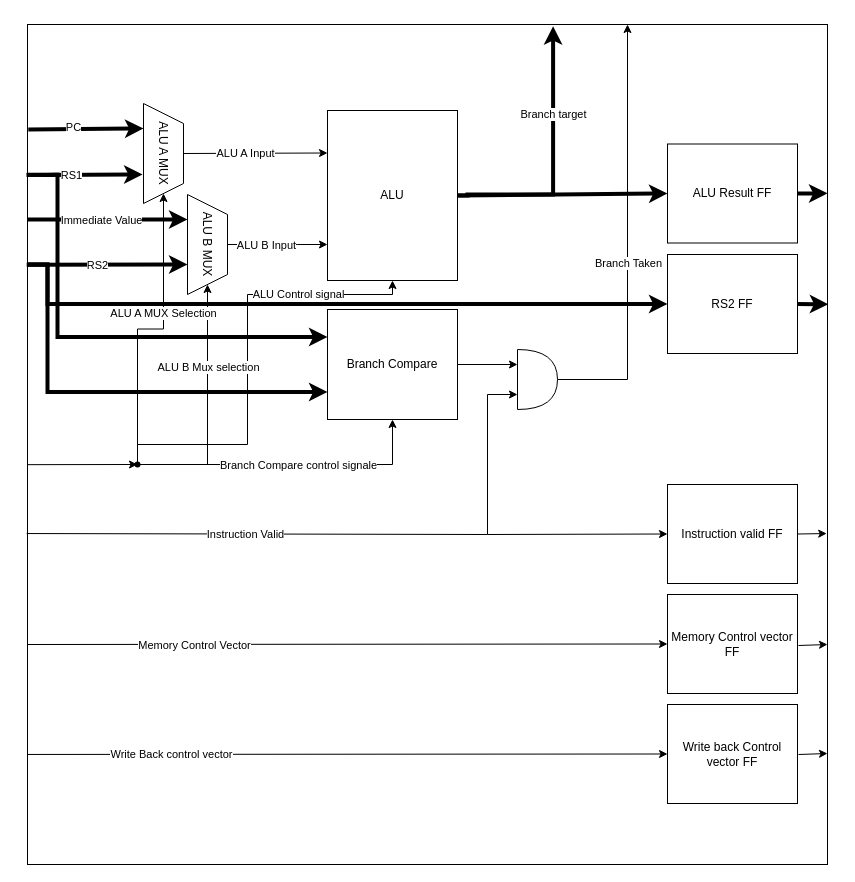
bittnert/icebreaker keeps this draw.io diagram as page "Execute stage" (4 of 6) of cpu/doc/block diagrams/pipeline stages.drawio. Above is the earlier version. Source tidied: cells renumbered, new cells numbered last; positions are measured from the earlier drawing's top-left corner, leaving out a move shared by most shapes. Both pictures are drawn from the tidied source at 100%, with x=0, y=0 at pixel (26, 24).
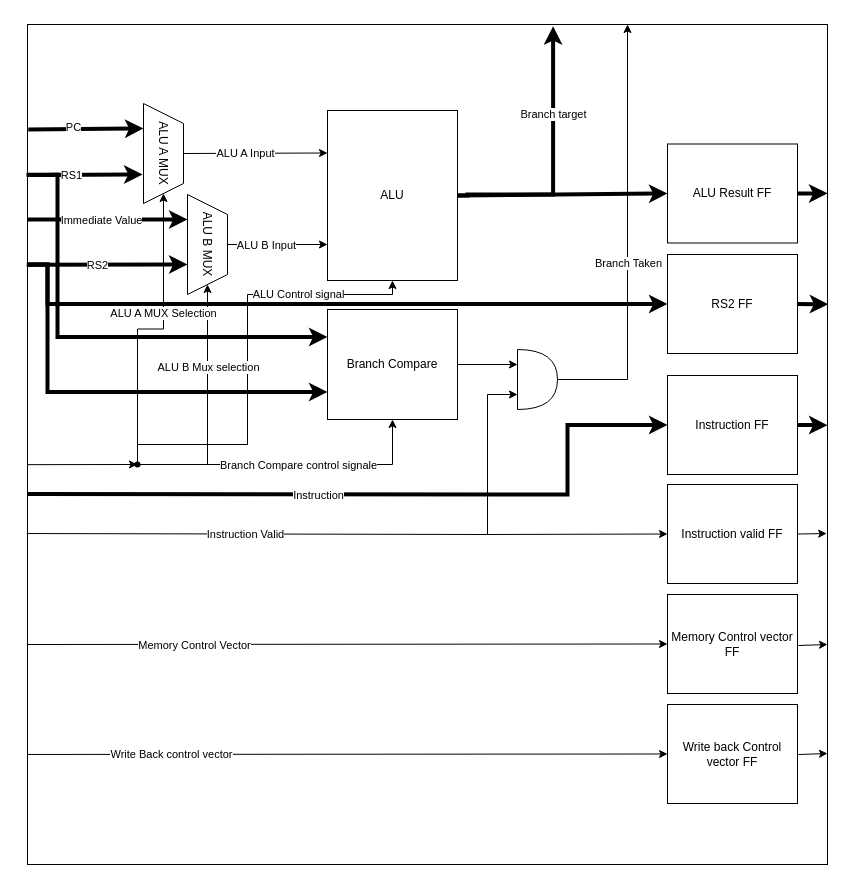
The same diagram, later.

The change refers to these unchanged cells:
```xml
<mxCell id="2" style="rounded=0;whiteSpace=wrap;html=1;" parent="1" vertex="1">
  <mxGeometry x="1" width="800" height="840" as="geometry" />
</mxCell>
```

Change to the diagram source:
```diff
@@
+    <mxCell id="56" value="Instruction FF" style="rounded=0;whiteSpace=wrap;html=1;" parent="1" vertex="1">
+      <mxGeometry x="641" y="351" width="130" height="99" as="geometry" />
+    </mxCell>
+    <mxCell id="57" style="endArrow=classic;html=1;rounded=0;entryX=0;entryY=0.5;entryDx=0;entryDy=0;exitX=0;exitY=0.559;exitDx=0;exitDy=0;exitPerimeter=0;edgeStyle=orthogonalEdgeStyle;strokeWidth=4;" parent="1" edge="1" source="2" target="56">
+      <mxGeometry relative="1" as="geometry">
+        <Array as="points">
+          <mxPoint x="3" y="470" />
+          <mxPoint x="541" y="470" />
+          <mxPoint x="541" y="401" />
+        </Array>
+      </mxGeometry>
+    </mxCell>
+    <mxCell id="58" value="Instruction" style="edgeLabel;html=1;align=center;verticalAlign=middle;" parent="57" vertex="1">
+      <mxGeometry x="-0.18" y="-1" relative="1" as="geometry" />
+    </mxCell>
+    <mxCell id="59" style="endArrow=classic;html=1;rounded=0;entryX=1;entryY=0.477;entryDx=0;entryDy=0;entryPerimeter=0;exitX=1;exitY=0.5;exitDx=0;exitDy=0;strokeWidth=4;" parent="1" edge="1" source="56" target="2">
+      <mxGeometry relative="1" as="geometry" />
+    </mxCell>
```
